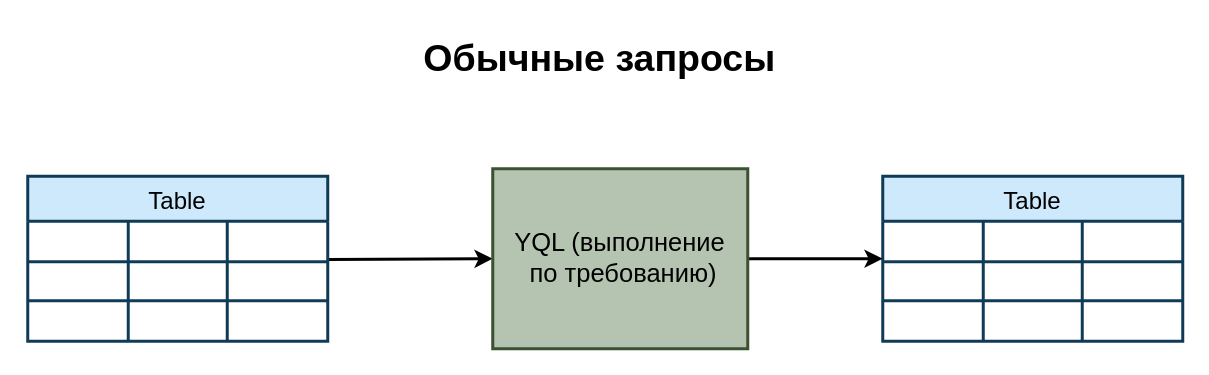
ydb-platform/ydb keeps this draw.io diagram as ydb/docs/ru/core/concepts/_assets/streaming_queries_1.drawio. Above is the earlier version. Source tidied: cells renumbered, new cells numbered last; positions are measured from the earlier drawing's top-left corner, leaving out a move shared by most shapes. Both pictures are drawn from the tidied source at 150%, with x=0, y=0 at pixel (27, 26).
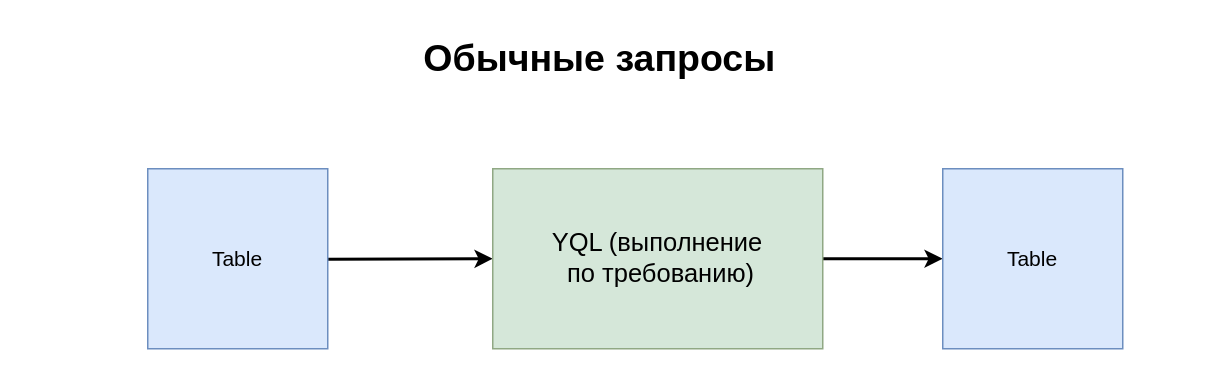
Above is the later version.

Commit message (it also covers changes not shown here):
change diagrams according ro docstyle

The edit, as a diff of the source:
```diff
@@
-    <mxCell id="2" value="Table" style="shape=table;startSize=30;childLayout=tableLayout;strokeColor=#0F3B57;fontSize=16;fillColor=#9FD3F980;fontColor=#000000;strokeWidth=2;" parent="1" vertex="1">
-      <mxGeometry x="570" y="100" width="200" height="110" as="geometry" />
-    </mxCell>
-    <mxCell id="3" style="shape=tableRow;horizontal=0;startSize=0;swimlaneHead=0;swimlaneBody=0;strokeColor=inherit;top=0;left=0;bottom=0;right=0;fillColor=none;fontSize=16;" parent="2" vertex="1">
-      <mxGeometry y="30" width="200" height="27" as="geometry" />
-    </mxCell>
-    <mxCell id="4" style="shape=partialRectangle;html=1;whiteSpace=wrap;strokeColor=inherit;overflow=hidden;fillColor=none;top=0;left=0;bottom=0;right=0;fontSize=16;" parent="3" vertex="1">
-      <mxGeometry width="67" height="27" as="geometry" />
-    </mxCell>
-    <mxCell id="5" style="shape=partialRectangle;html=1;whiteSpace=wrap;strokeColor=inherit;overflow=hidden;fillColor=none;top=0;left=0;bottom=0;right=0;fontSize=16;" parent="3" vertex="1">
-      <mxGeometry x="67" width="66" height="27" as="geometry" />
-    </mxCell>
-    <mxCell id="6" style="shape=partialRectangle;html=1;whiteSpace=wrap;strokeColor=inherit;overflow=hidden;fillColor=none;top=0;left=0;bottom=0;right=0;fontSize=16;" parent="3" vertex="1">
-      <mxGeometry x="133" width="67" height="27" as="geometry" />
-    </mxCell>
-    <mxCell id="7" style="shape=tableRow;horizontal=0;startSize=0;swimlaneHead=0;swimlaneBody=0;strokeColor=inherit;top=0;left=0;bottom=0;right=0;fillColor=none;fontSize=16;" parent="2" vertex="1">
-      <mxGeometry y="57" width="200" height="26" as="geometry" />
-    </mxCell>
-    <mxCell id="8" style="shape=partialRectangle;html=1;whiteSpace=wrap;strokeColor=inherit;overflow=hidden;fillColor=none;top=0;left=0;bottom=0;right=0;fontSize=16;" parent="7" vertex="1">
-      <mxGeometry width="67" height="26" as="geometry" />
-    </mxCell>
-    <mxCell id="9" style="shape=partialRectangle;html=1;whiteSpace=wrap;strokeColor=inherit;overflow=hidden;fillColor=none;top=0;left=0;bottom=0;right=0;fontSize=16;" parent="7" vertex="1">
-      <mxGeometry x="67" width="66" height="26" as="geometry" />
-    </mxCell>
-    <mxCell id="10" style="shape=partialRectangle;html=1;whiteSpace=wrap;strokeColor=inherit;overflow=hidden;fillColor=none;top=0;left=0;bottom=0;right=0;fontSize=16;" parent="7" vertex="1">
-      <mxGeometry x="133" width="67" height="26" as="geometry" />
-    </mxCell>
-    <mxCell id="11" style="shape=tableRow;horizontal=0;startSize=0;swimlaneHead=0;swimlaneBody=0;strokeColor=inherit;top=0;left=0;bottom=0;right=0;fillColor=none;fontSize=16;" parent="2" vertex="1">
-      <mxGeometry y="83" width="200" height="27" as="geometry" />
-    </mxCell>
-    <mxCell id="12" style="shape=partialRectangle;html=1;whiteSpace=wrap;strokeColor=inherit;overflow=hidden;fillColor=none;top=0;left=0;bottom=0;right=0;fontSize=16;" parent="11" vertex="1">
-      <mxGeometry width="67" height="27" as="geometry" />
-    </mxCell>
-    <mxCell id="13" style="shape=partialRectangle;html=1;whiteSpace=wrap;strokeColor=inherit;overflow=hidden;fillColor=none;top=0;left=0;bottom=0;right=0;fontSize=16;" parent="11" vertex="1">
-      <mxGeometry x="67" width="66" height="27" as="geometry" />
-    </mxCell>
-    <mxCell id="14" style="shape=partialRectangle;html=1;whiteSpace=wrap;strokeColor=inherit;overflow=hidden;fillColor=none;top=0;left=0;bottom=0;right=0;fontSize=16;" parent="11" vertex="1">
-      <mxGeometry x="133" width="67" height="27" as="geometry" />
-    </mxCell>
-    <mxCell id="15" style="endArrow=classic;html=1;rounded=0;strokeWidth=2;strokeColor=#000000;exitX=1;exitY=-0.06;exitDx=0;exitDy=0;exitPerimeter=0;entryX=0;entryY=0.5;entryDx=0;entryDy=0;" parent="1" edge="1" source="24" target="17">
-      <mxGeometry relative="1" as="geometry" />
+    <mxCell id="15" style="endArrow=classic;html=1;rounded=0;strokeWidth=2;strokeColor=#000000;exitX=1;exitY=-0.06;exitDx=0;exitDy=0;exitPerimeter=0;entryX=0;entryY=0.5;entryDx=0;entryDy=0;" parent="1" edge="1" target="17">
+      <mxGeometry relative="1" as="geometry">
+        <mxPoint x="200" y="155.4" as="sourcePoint" />
+      </mxGeometry>
     </mxCell>
     <mxCell id="16" style="endArrow=classic;html=1;rounded=0;strokeWidth=2;strokeColor=#000000;exitX=1;exitY=0.5;exitDx=0;exitDy=0;" parent="1" edge="1" source="17">
       <mxGeometry relative="1" as="geometry">
-        <mxPoint x="570" y="155" as="targetPoint" />
+        <mxPoint x="610" y="155" as="targetPoint" />
       </mxGeometry>
     </mxCell>
-    <mxCell id="17" value="&lt;font style=&quot;font-size: 17px; color: rgb(0, 0, 0);&quot;&gt;YQL (выполнение&lt;/font&gt;&lt;div&gt;&lt;font style=&quot;font-size: 17px; color: rgb(0, 0, 0);&quot;&gt;&amp;nbsp;по требованию)&lt;/font&gt;&lt;/div&gt;" style="rounded=0;whiteSpace=wrap;html=1;fillColor=#6D876480;strokeWidth=2;strokeColor=#3B5230;" parent="1" vertex="1">
-      <mxGeometry x="310" y="95" width="170" height="120" as="geometry" />
+    <mxCell id="17" value="&lt;font style=&quot;font-size: 17px; color: rgb(0, 0, 0);&quot;&gt;YQL (выполнение&lt;/font&gt;&lt;div&gt;&lt;font style=&quot;font-size: 17px; color: rgb(0, 0, 0);&quot;&gt;&amp;nbsp;по требованию)&lt;/font&gt;&lt;/div&gt;" style="rounded=0;whiteSpace=wrap;html=1;fillColor=#D5E7D9;strokeWidth=1;strokeColor=#90A884;" parent="1" vertex="1">
+      <mxGeometry x="310" y="95" width="220" height="120" as="geometry" />
     </mxCell>
@@
-    <mxCell id="19" value="Table" style="shape=table;startSize=30;childLayout=tableLayout;strokeColor=#0F3B57;fontSize=16;fillColor=#9FD3F980;fontColor=#000000;strokeWidth=2;" parent="1" vertex="1">
-      <mxGeometry y="100" width="200" height="110" as="geometry" />
-    </mxCell>
-    <mxCell id="20" style="shape=tableRow;horizontal=0;startSize=0;swimlaneHead=0;swimlaneBody=0;strokeColor=inherit;top=0;left=0;bottom=0;right=0;fillColor=none;fontSize=16;" parent="19" vertex="1">
-      <mxGeometry y="30" width="200" height="27" as="geometry" />
-    </mxCell>
-    <mxCell id="21" style="shape=partialRectangle;html=1;whiteSpace=wrap;strokeColor=inherit;overflow=hidden;fillColor=none;top=0;left=0;bottom=0;right=0;fontSize=16;" parent="20" vertex="1">
-      <mxGeometry width="67" height="27" as="geometry" />
-    </mxCell>
-    <mxCell id="22" style="shape=partialRectangle;html=1;whiteSpace=wrap;strokeColor=inherit;overflow=hidden;fillColor=none;top=0;left=0;bottom=0;right=0;fontSize=16;" parent="20" vertex="1">
-      <mxGeometry x="67" width="66" height="27" as="geometry" />
-    </mxCell>
-    <mxCell id="23" style="shape=partialRectangle;html=1;whiteSpace=wrap;strokeColor=inherit;overflow=hidden;fillColor=none;top=0;left=0;bottom=0;right=0;fontSize=16;" parent="20" vertex="1">
-      <mxGeometry x="133" width="67" height="27" as="geometry" />
-    </mxCell>
-    <mxCell id="24" style="shape=tableRow;horizontal=0;startSize=0;swimlaneHead=0;swimlaneBody=0;strokeColor=inherit;top=0;left=0;bottom=0;right=0;fillColor=none;points=[[0,0.5],[1,0.5]];portConstraint=eastwest;fontSize=16;" parent="19" vertex="1">
-      <mxGeometry y="57" width="200" height="26" as="geometry" />
-    </mxCell>
-    <mxCell id="25" style="shape=partialRectangle;html=1;whiteSpace=wrap;strokeColor=inherit;overflow=hidden;fillColor=none;top=0;left=0;bottom=0;right=0;fontSize=16;" parent="24" vertex="1">
-      <mxGeometry width="67" height="26" as="geometry" />
-    </mxCell>
-    <mxCell id="26" style="shape=partialRectangle;html=1;whiteSpace=wrap;strokeColor=inherit;overflow=hidden;fillColor=none;top=0;left=0;bottom=0;right=0;fontSize=16;" parent="24" vertex="1">
-      <mxGeometry x="67" width="66" height="26" as="geometry" />
-    </mxCell>
-    <mxCell id="27" style="shape=partialRectangle;html=1;whiteSpace=wrap;strokeColor=inherit;overflow=hidden;fillColor=none;top=0;left=0;bottom=0;right=0;fontSize=16;" parent="24" vertex="1">
-      <mxGeometry x="133" width="67" height="26" as="geometry" />
-    </mxCell>
-    <mxCell id="28" style="shape=tableRow;horizontal=0;startSize=0;swimlaneHead=0;swimlaneBody=0;strokeColor=inherit;top=0;left=0;bottom=0;right=0;fillColor=none;fontSize=16;" parent="19" vertex="1">
-      <mxGeometry y="83" width="200" height="27" as="geometry" />
-    </mxCell>
-    <mxCell id="29" style="shape=partialRectangle;html=1;whiteSpace=wrap;strokeColor=inherit;overflow=hidden;fillColor=none;top=0;left=0;bottom=0;right=0;fontSize=16;" parent="28" vertex="1">
-      <mxGeometry width="67" height="27" as="geometry" />
-    </mxCell>
-    <mxCell id="30" style="shape=partialRectangle;html=1;whiteSpace=wrap;strokeColor=inherit;overflow=hidden;fillColor=none;top=0;left=0;bottom=0;right=0;fontSize=16;" parent="28" vertex="1">
-      <mxGeometry x="67" width="66" height="27" as="geometry" />
-    </mxCell>
-    <mxCell id="31" style="shape=partialRectangle;html=1;whiteSpace=wrap;strokeColor=inherit;overflow=hidden;fillColor=none;top=0;left=0;bottom=0;right=0;fontSize=16;" parent="28" vertex="1">
-      <mxGeometry x="133" width="67" height="27" as="geometry" />
-    </mxCell>
+    <mxCell id="32" value="&lt;font style=&quot;font-size: 14px; color: rgb(0, 0, 0);&quot;&gt;Table&lt;/font&gt;" style="whiteSpace=wrap;html=1;fillColor=#DAE8FC;strokeColor=#6C8EBF;" parent="1" vertex="1">
+      <mxGeometry x="80" y="95" width="120" height="120" as="geometry" />
+    </mxCell>
+    <mxCell id="33" value="&lt;font style=&quot;font-size: 14px; color: rgb(0, 0, 0);&quot;&gt;Table&lt;/font&gt;" style="whiteSpace=wrap;html=1;fillColor=#DAE8FC;strokeColor=#6C8EBF;" parent="1" vertex="1">
+      <mxGeometry x="610" y="95" width="120" height="120" as="geometry" />
+    </mxCell>
```
